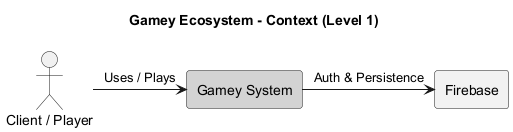
Above: images/level1.png in Arquisoft/yovi_en2a (PlantUML), before the change.
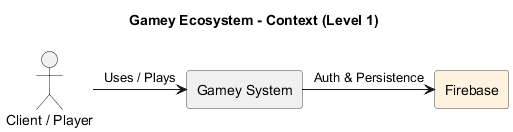
The same diagram one commit later.

Diff of the diagram source:
```diff
@@ -1,13 +1,18 @@
 @startuml
+skinparam shadowing false
 skinparam linetype ortho
-skinparam shadowing false
-skinparam roundcorner 5
+skinparam nodesep 60
+skinparam ranksep 60
+skinparam rectangle {
+    BackgroundColor #FFFFFF
+    BorderColor #424242
+}
 
 title Gamey Ecosystem - Context (Level 1)
 
 actor "Client / Player" as Client
-rectangle "Gamey System" as System #D3D3D3
-rectangle "Firebase" as Firebase #F2F2F2
+rectangle "Gamey System" as System #F0F0F0
+rectangle "Firebase" as Firebase #FFF3E0
 
 Client -right-> System : Uses / Plays
 System -right-> Firebase : Auth & Persistence
```
